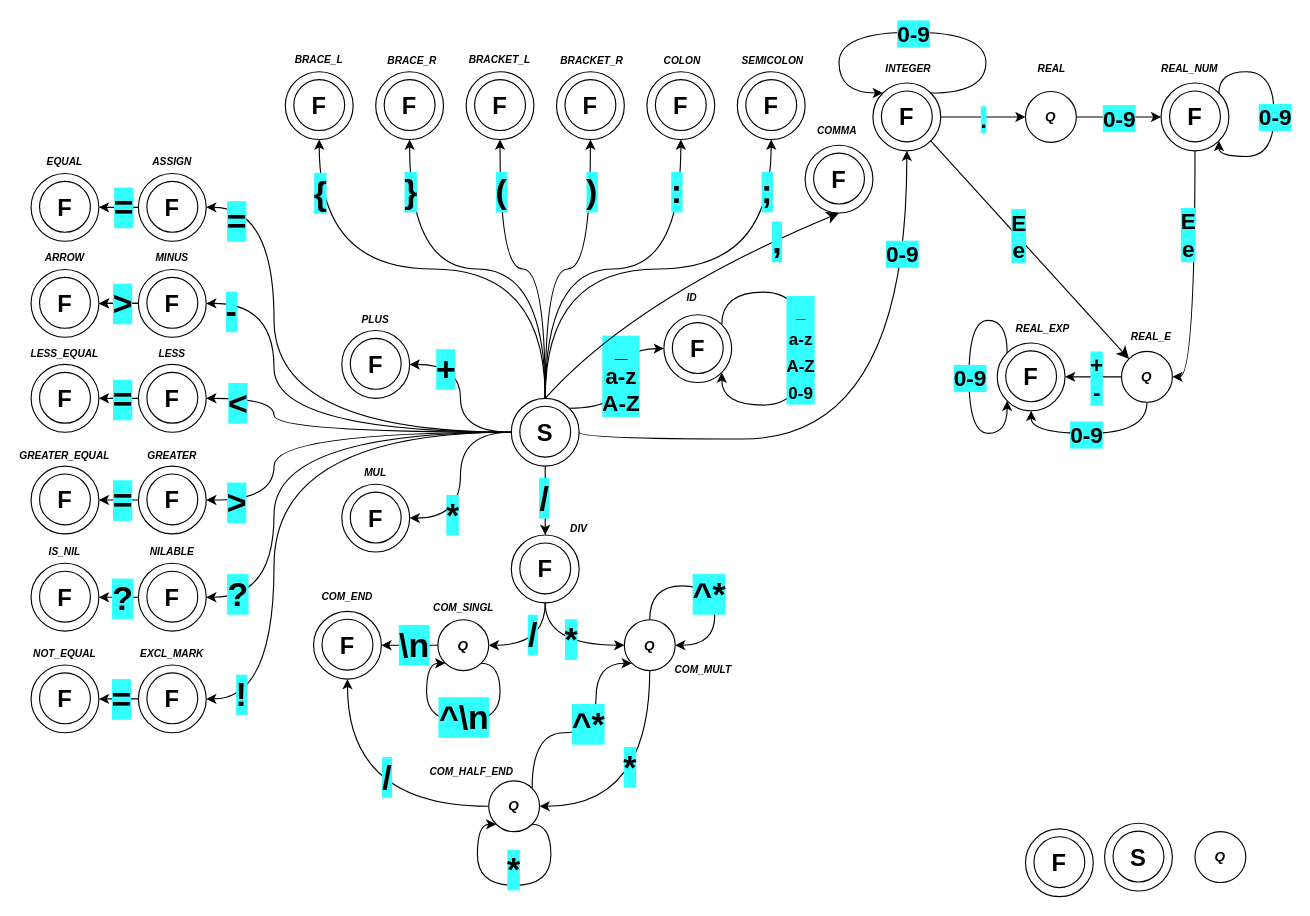
xshche05/IFJ-2023-project-compiler keeps this draw.io diagram as lexer.drawio. Above is the earlier version. Source tidied: cells renumbered, new cells numbered last; positions are measured from the earlier drawing's top-left corner, leaving out a move shared by most shapes. Both pictures are drawn from the tidied source at 113%, with x=0, y=0 at pixel (31, 32).
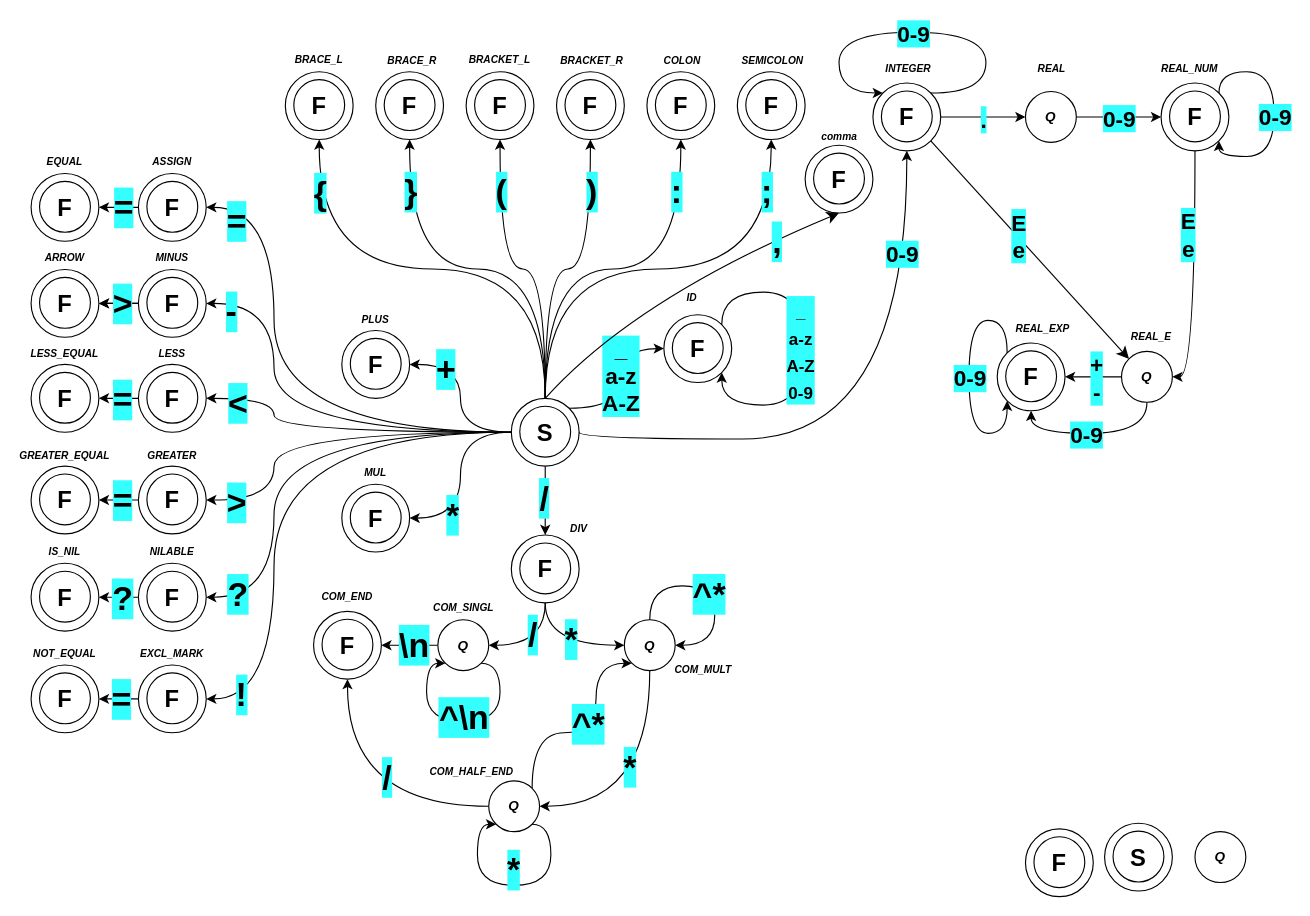
The same diagram, later.

Diff of the diagram source:
```diff
@@
-    <mxCell id="246" value="COMMA" style="text;html=1;align=center;verticalAlign=middle;strokeColor=none;fillColor=none;fontSize=9;fontStyle=3;" parent="1" vertex="1">
-      <mxGeometry x="685" y="75" width="55" height="25" as="geometry" />
+    <mxCell id="246" value="comma" style="text;html=1;align=center;verticalAlign=middle;strokeColor=none;fillColor=none;fontSize=9;fontStyle=3;" parent="1" vertex="1">
+      <mxGeometry x="687.5" y="80" width="55" height="25" as="geometry" />
     </mxCell>
```
